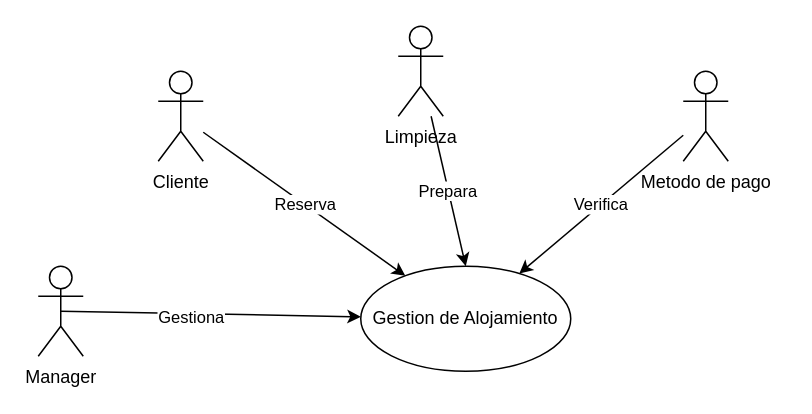
This is Diagramas/diagrama.drawio from Yugurto7/Logirail-Project, a draw.io file, before an edit. Source tidied: cells renumbered, new cells numbered last; positions are measured from the earlier drawing's top-left corner, leaving out a move shared by most shapes. Both pictures are drawn from the tidied source at 150%, with x=0, y=0 at pixel (38, 26).
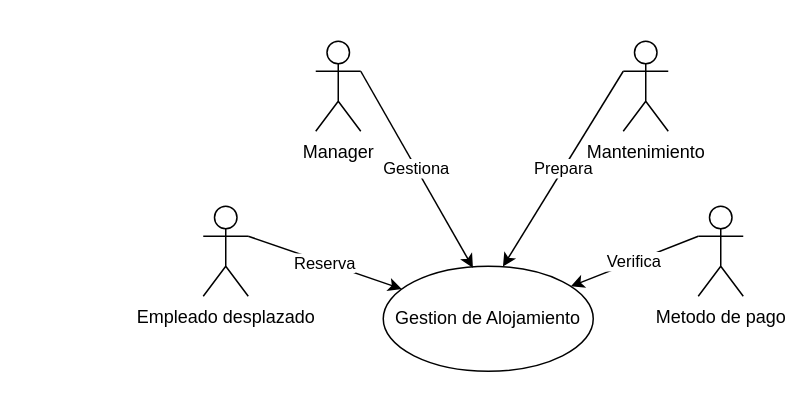
The same diagram, later.

The edit, as a diff of the source:
```diff
@@
 <mxGraphModel>
   <root>
     <mxCell id="0" />
     <mxCell id="1" parent="0" />
     <mxCell id="2" value="Gestion de Alojamiento" style="ellipse;whiteSpace=wrap;html=1;" parent="1" vertex="1">
-      <mxGeometry x="215" y="160" width="140" height="70" as="geometry" />
+      <mxGeometry x="230" y="160" width="140" height="70" as="geometry" />
     </mxCell>
-    <mxCell id="3" value="Reserva" style="edgeStyle=none;html=1;" parent="1" edge="1" source="4" target="2">
+    <mxCell id="3" value="Reserva" style="edgeStyle=none;html=1;exitX=1;exitY=0.3333333333333333;exitDx=0;exitDy=0;exitPerimeter=0;" parent="1" edge="1" source="4" target="2">
       <mxGeometry relative="1" as="geometry" />
     </mxCell>
-    <mxCell id="4" value="Cliente&lt;br&gt;" style="shape=umlActor;verticalLabelPosition=bottom;verticalAlign=top;html=1;" parent="1" vertex="1">
-      <mxGeometry x="80" y="30" width="30" height="60" as="geometry" />
+    <mxCell id="4" value="Empleado desplazado" style="shape=umlActor;verticalLabelPosition=bottom;verticalAlign=top;html=1;" parent="1" vertex="1">
+      <mxGeometry x="110" y="120" width="30" height="60" as="geometry" />
     </mxCell>
-    <mxCell id="5" value="Prepara" style="edgeStyle=none;html=1;entryX=0.5;entryY=0;entryDx=0;entryDy=0;" parent="1" edge="1" source="6" target="2">
+    <mxCell id="5" value="Prepara" style="edgeStyle=none;html=1;entryX=0.57;entryY=0.003;entryDx=0;entryDy=0;exitX=0;exitY=0.3333333333333333;exitDx=0;exitDy=0;exitPerimeter=0;entryPerimeter=0;" parent="1" edge="1" source="6" target="2">
       <mxGeometry relative="1" as="geometry" />
     </mxCell>
-    <mxCell id="6" value="Limpieza&lt;br&gt;" style="shape=umlActor;verticalLabelPosition=bottom;verticalAlign=top;html=1;" parent="1" vertex="1">
-      <mxGeometry x="240" width="30" height="60" as="geometry" />
+    <mxCell id="6" value="Mantenimiento" style="shape=umlActor;verticalLabelPosition=bottom;verticalAlign=top;html=1;" parent="1" vertex="1">
+      <mxGeometry x="390" y="10" width="30" height="60" as="geometry" />
     </mxCell>
-    <mxCell id="7" value="Verifica" style="edgeStyle=none;html=1;" parent="1" edge="1" source="8" target="2">
+    <mxCell id="7" value="Verifica" style="edgeStyle=none;html=1;exitX=0;exitY=0.3333333333333333;exitDx=0;exitDy=0;exitPerimeter=0;" parent="1" edge="1" source="8" target="2">
       <mxGeometry relative="1" as="geometry" />
     </mxCell>
     <mxCell id="8" value="Metodo de pago&lt;br&gt;" style="shape=umlActor;verticalLabelPosition=bottom;verticalAlign=top;html=1;" parent="1" vertex="1">
-      <mxGeometry x="430" y="30" width="30" height="60" as="geometry" />
+      <mxGeometry x="440" y="120" width="30" height="60" as="geometry" />
     </mxCell>
-    <mxCell id="9" style="edgeStyle=none;html=1;exitX=0.5;exitY=0.5;exitDx=0;exitDy=0;exitPerimeter=0;" parent="1" edge="1" source="11" target="2">
-      <mxGeometry relative="1" as="geometry" />
-    </mxCell>
-    <mxCell id="10" value="Gestiona" style="edgeLabel;html=1;align=center;verticalAlign=middle;" parent="9" vertex="1">
-      <mxGeometry x="-0.13" y="-2" relative="1" as="geometry" />
+    <mxCell id="10" value="Gestiona" style="edgeStyle=none;html=1;entryX=0.427;entryY=0.014;entryDx=0;entryDy=0;exitX=1;exitY=0.3333333333333333;exitDx=0;exitDy=0;exitPerimeter=0;entryPerimeter=0;" parent="1" edge="1" source="11" target="2">
+      <mxGeometry relative="1" as="geometry" />
     </mxCell>
     <mxCell id="11" value="Manager" style="shape=umlActor;verticalLabelPosition=bottom;verticalAlign=top;html=1;" parent="1" vertex="1">
-      <mxGeometry y="160" width="30" height="60" as="geometry" />
+      <mxGeometry x="185" y="10" width="30" height="60" as="geometry" />
     </mxCell>
   </root>
 </mxGraphModel>
```
